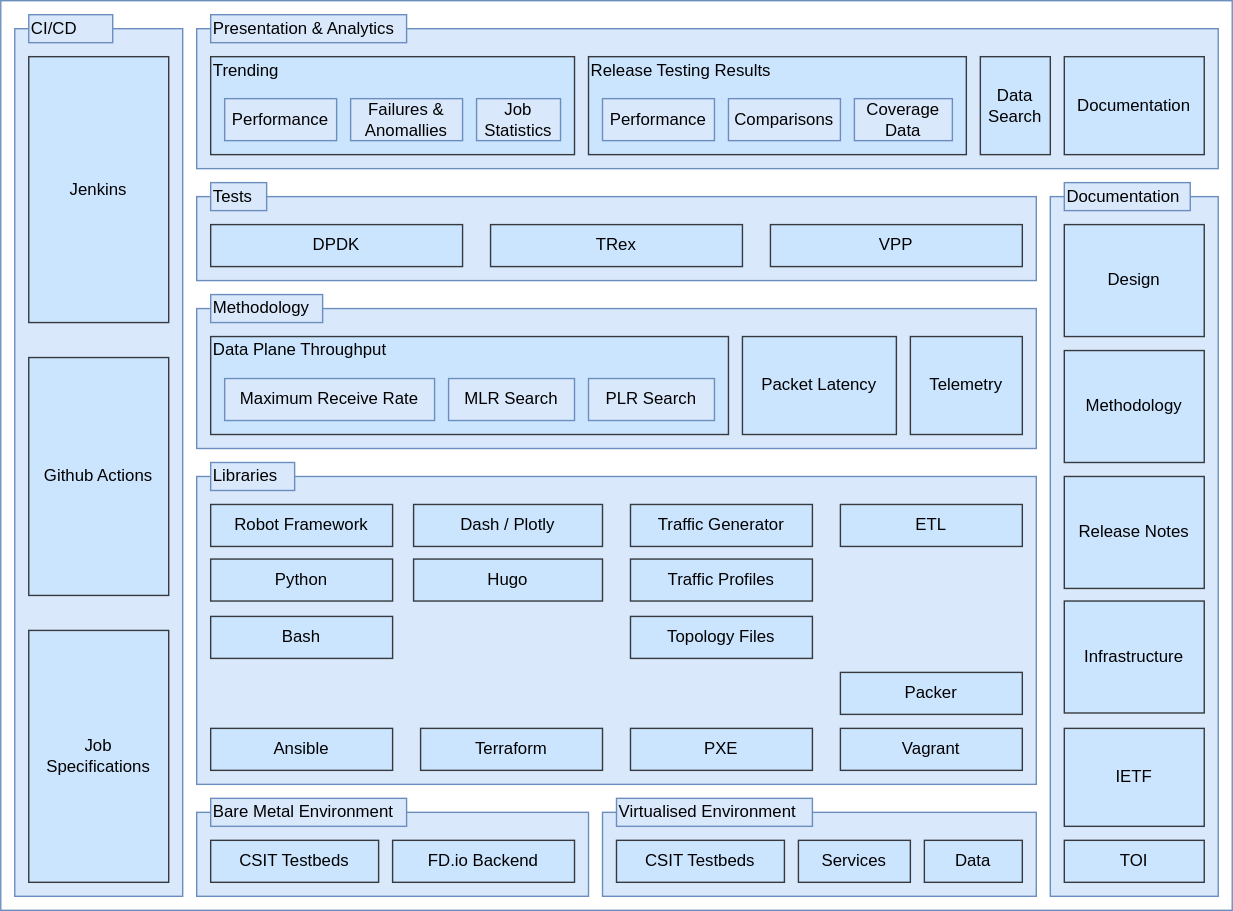
The draw.io diagram docs/static/csit_design_picture.svg in FDio/csit, before a commit. Source tidied: cells renumbered, new cells last; positions are measured from the earlier drawing's top-left corner, leaving out a move shared by most shapes.
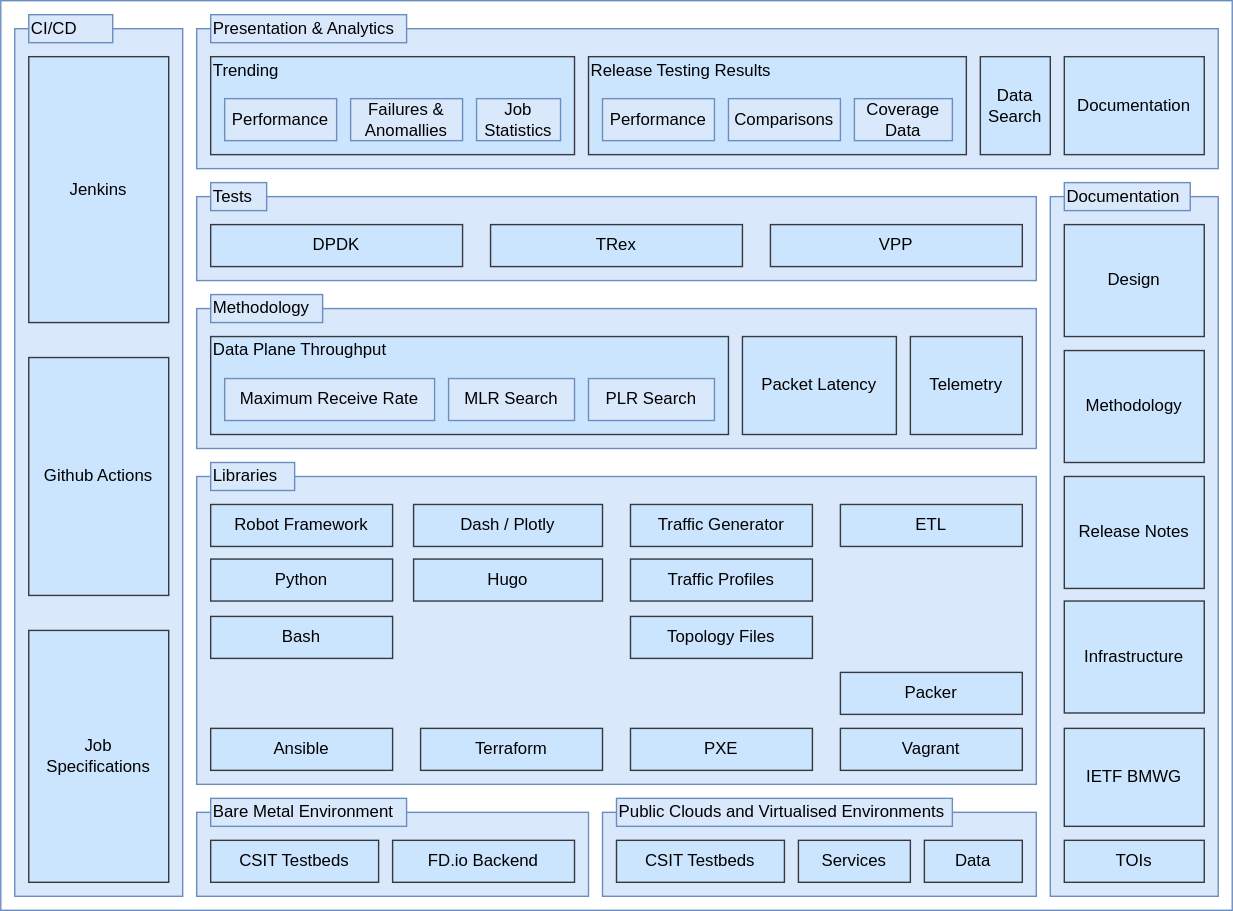
The same file after the commit.

Commit message:
C-Docs: CSIT design diagram

Change to the diagram source:
```diff
@@ -35,8 +35,8 @@
     <mxCell id="12" style="rounded=0;whiteSpace=wrap;html=1;fillColor=#dae8fc;strokeColor=#6c8ebf;" parent="1" vertex="1">
       <mxGeometry x="430" y="580" width="310" height="60" as="geometry" />
     </mxCell>
-    <mxCell id="13" value="Virtualised Environment" style="text;html=1;strokeColor=#6c8ebf;fillColor=#dae8fc;align=left;verticalAlign=middle;whiteSpace=wrap;rounded=0;" parent="1" vertex="1">
-      <mxGeometry x="440" y="570" width="140" height="20" as="geometry" />
+    <mxCell id="13" value="Public Clouds and Virtualised Environments" style="text;html=1;strokeColor=#6c8ebf;fillColor=#dae8fc;align=left;verticalAlign=middle;whiteSpace=wrap;rounded=0;" parent="1" vertex="1">
+      <mxGeometry x="440" y="570" width="240" height="20" as="geometry" />
     </mxCell>
     <mxCell id="14" value="CSIT Testbeds" style="text;html=1;strokeColor=#36393d;fillColor=#cce5ff;align=center;verticalAlign=middle;whiteSpace=wrap;rounded=0;" parent="1" vertex="1">
       <mxGeometry x="440" y="600" width="120" height="30" as="geometry" />
@@ -68,10 +68,10 @@
     <mxCell id="23" value="Dash / Plotly" style="text;html=1;strokeColor=#36393d;fillColor=#cce5ff;align=center;verticalAlign=middle;whiteSpace=wrap;rounded=0;" parent="1" vertex="1">
       <mxGeometry x="295" y="360" width="135" height="30" as="geometry" />
     </mxCell>
-    <mxCell id="24" value="TOI" style="text;html=1;strokeColor=#36393d;fillColor=#cce5ff;align=center;verticalAlign=middle;whiteSpace=wrap;rounded=0;" parent="1" vertex="1">
+    <mxCell id="24" value="TOIs" style="text;html=1;strokeColor=#36393d;fillColor=#cce5ff;align=center;verticalAlign=middle;whiteSpace=wrap;rounded=0;" parent="1" vertex="1">
       <mxGeometry x="760" y="600" width="100" height="30" as="geometry" />
     </mxCell>
-    <mxCell id="25" value="IETF" style="text;html=1;strokeColor=#36393d;fillColor=#cce5ff;align=center;verticalAlign=middle;whiteSpace=wrap;rounded=0;" parent="1" vertex="1">
+    <mxCell id="25" value="IETF BMWG" style="text;html=1;strokeColor=#36393d;fillColor=#cce5ff;align=center;verticalAlign=middle;whiteSpace=wrap;rounded=0;" parent="1" vertex="1">
       <mxGeometry x="760" y="520" width="100" height="70" as="geometry" />
     </mxCell>
     <mxCell id="26" value="Release Notes" style="text;html=1;strokeColor=#36393d;fillColor=#cce5ff;align=center;verticalAlign=middle;whiteSpace=wrap;rounded=0;" parent="1" vertex="1">
```
